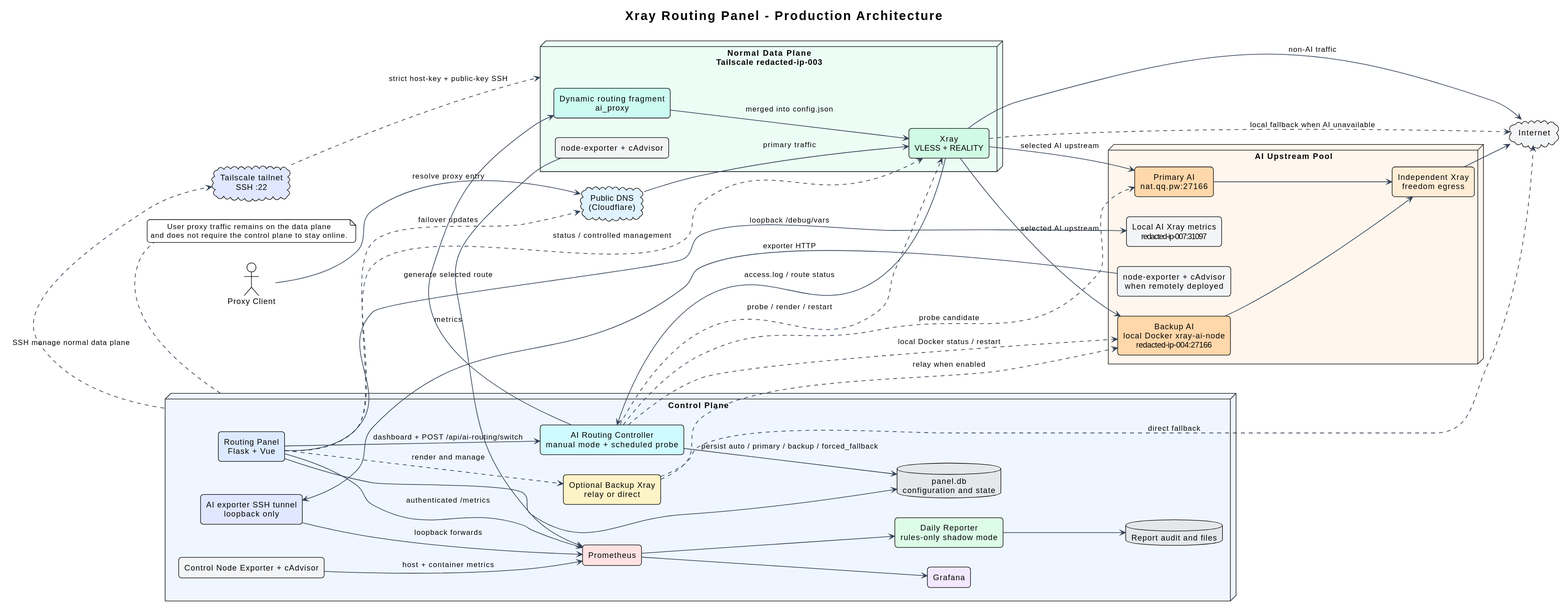
i-zrhe2016/ai-routing-panel keeps this PlantUML diagram as docs/diagrams/system-architecture.svg. Above is the earlier version. Source of this version:
```plantuml
@startuml
!theme plain
left to right direction
skinparam backgroundColor #FFFFFF
skinparam componentStyle rectangle
skinparam shadowing false
skinparam roundcorner 10
skinparam ArrowColor #334155
skinparam ArrowThickness 1.2
skinparam defaultFontName Arial
skinparam defaultTextAlignment center

title Xray Routing Panel - Production Architecture

actor "Proxy Client" as client
cloud "Public DNS\n(Cloudflare)" as dns #E0F2FE

node "Control Plane" as control #EFF6FF {
  component "Routing Panel\nFlask + Vue" as panel #DBEAFE
  database "panel.db\nconfiguration and state" as paneldb #E5E7EB
  component "AI Routing Controller\nmanual mode + scheduled probe" as aiController #CFFAFE
  component "Optional Backup Xray\nrelay or direct" as backup #FEF3C7
  component "Prometheus" as prometheus #FEE2E2
  component "Grafana" as grafana #F3E8FF
  component "Control Node Exporter + cAdvisor" as controlMetrics #F3F4F6
  component "Daily Reporter\nrules-only shadow mode" as reporter #DCFCE7
  database "Report audit and files" as reports #E5E7EB
  component "AI exporter SSH tunnel\nloopback only" as tunnel #E0E7FF
}

node "Normal Data Plane\nTailscale 100.65.108.93" as normal #ECFDF5 {
  component "Xray\nVLESS + REALITY" as normalXray #D1FAE5
  component "Dynamic routing fragment\nai_proxy" as dynamicRoute #CCFBF1
  component "node-exporter + cAdvisor" as normalMetrics #F3F4F6
}

node "AI Upstream Pool" as aiPool #FFF7ED {
  component "Primary AI\nnat.qq.pw:27166" as primaryAi #FED7AA
  component "Backup AI\nlocal Docker xray-ai-node\n100.87.76.6:27166" as backupAi #FED7AA
  component "Independent Xray\nfreedom egress" as aiEgress #FFEDD5
  component "Local AI Xray metrics\n127.0.0.1:31097" as localAiMetrics #F3F4F6
  component "node-exporter + cAdvisor\nwhen remotely deployed" as aiMetrics #F3F4F6
}

cloud "Internet" as internet #F3F4F6
cloud "Tailscale tailnet\nSSH :22" as tailnet #E0E7FF

client --> dns : resolve proxy entry
dns --> normalXray : primary traffic
normalXray --> internet : non-AI traffic
normalXray --> primaryAi : selected AI upstream
normalXray --> backupAi : selected AI upstream
primaryAi --> aiEgress
backupAi --> aiEgress
aiEgress --> internet
normalXray ..> internet : local fallback when AI unavailable

panel --> paneldb
panel --> aiController : dashboard + POST /api/ai-routing/switch
aiController --> paneldb : persist auto / primary / backup / forced_fallback
aiController ..> normalXray : probe / render / restart
aiController ..> primaryAi : probe candidate
aiController ..> backupAi : local Docker status / restart
panel ..> normalXray : status / controlled management
panel ..> dns : failover updates
panel ..> backup : render and manage
backup ..> backupAi : relay when enabled
backup ..> internet : direct fallback
panel --> localAiMetrics : loopback /debug/vars

aiController --> dynamicRoute : generate selected route
normalXray --> aiController : access.log / route status
dynamicRoute --> normalXray : merged into config.json
control ..> tailnet : SSH manage normal data plane
tailnet ..> normal : strict host-key + public-key SSH

panel --> prometheus : authenticated /metrics
controlMetrics --> prometheus : host + container metrics
normalMetrics --> prometheus : metrics
aiMetrics --> tunnel : exporter HTTP
tunnel --> prometheus : loopback forwards
prometheus --> grafana
prometheus --> reporter
reporter --> reports

note bottom of control
  User proxy traffic remains on the data plane
  and does not require the control plane to stay online.
end note
@enduml
```
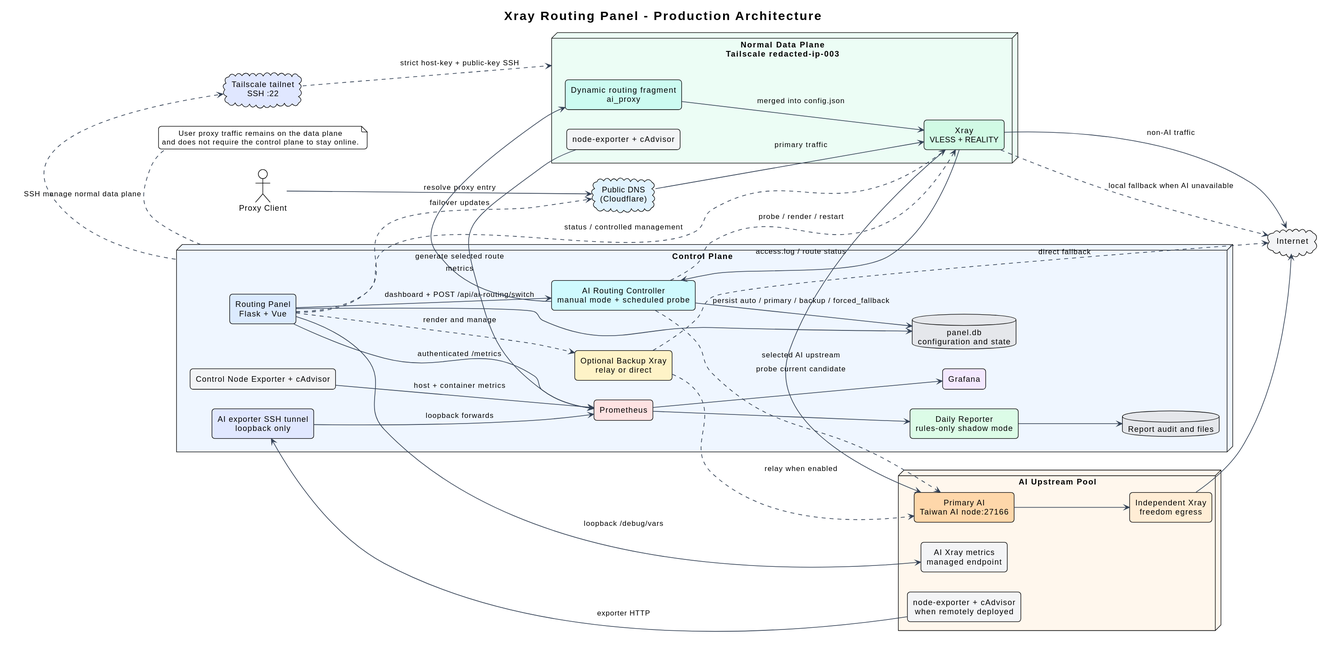
The same file after the commit.

The edit, as a diff of the source:
```diff
@@ -28,17 +28,16 @@
   component "AI exporter SSH tunnel\nloopback only" as tunnel #E0E7FF
 }
 
-node "Normal Data Plane\nTailscale 100.65.108.93" as normal #ECFDF5 {
+node "Normal Data Plane\nTailscale redacted-ip-003" as normal #ECFDF5 {
   component "Xray\nVLESS + REALITY" as normalXray #D1FAE5
   component "Dynamic routing fragment\nai_proxy" as dynamicRoute #CCFBF1
   component "node-exporter + cAdvisor" as normalMetrics #F3F4F6
 }
 
 node "AI Upstream Pool" as aiPool #FFF7ED {
-  component "Primary AI\nnat.qq.pw:27166" as primaryAi #FED7AA
-  component "Backup AI\nlocal Docker xray-ai-node\n100.87.76.6:27166" as backupAi #FED7AA
+  component "Primary AI\nTaiwan AI node:27166" as primaryAi #FED7AA
   component "Independent Xray\nfreedom egress" as aiEgress #FFEDD5
-  component "Local AI Xray metrics\n127.0.0.1:31097" as localAiMetrics #F3F4F6
+  component "AI Xray metrics\nmanaged endpoint" as localAiMetrics #F3F4F6
   component "node-exporter + cAdvisor\nwhen remotely deployed" as aiMetrics #F3F4F6
 }
 
@@ -49,9 +48,7 @@
 dns --> normalXray : primary traffic
 normalXray --> internet : non-AI traffic
 normalXray --> primaryAi : selected AI upstream
-normalXray --> backupAi : selected AI upstream
 primaryAi --> aiEgress
-backupAi --> aiEgress
 aiEgress --> internet
 normalXray ..> internet : local fallback when AI unavailable
 
@@ -59,12 +56,11 @@
 panel --> aiController : dashboard + POST /api/ai-routing/switch
 aiController --> paneldb : persist auto / primary / backup / forced_fallback
 aiController ..> normalXray : probe / render / restart
-aiController ..> primaryAi : probe candidate
-aiController ..> backupAi : local Docker status / restart
+aiController ..> primaryAi : probe current candidate
 panel ..> normalXray : status / controlled management
 panel ..> dns : failover updates
 panel ..> backup : render and manage
-backup ..> backupAi : relay when enabled
+backup ..> primaryAi : relay when enabled
 backup ..> internet : direct fallback
 panel --> localAiMetrics : loopback /debug/vars
 
```
